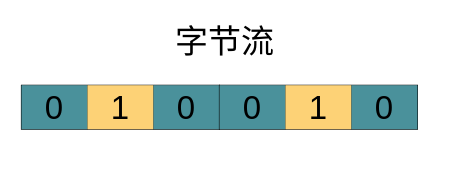
xiaobaiTech/image keeps this draw.io diagram as network/二进制字节流.drawio. Above is the earlier version. Source tidied: cells renumbered, new cells numbered last; positions are measured from the earlier drawing's top-left corner, leaving out a move shared by most shapes. Both pictures are drawn from the tidied source at 110%, with x=0, y=0 at pixel (21, 19).
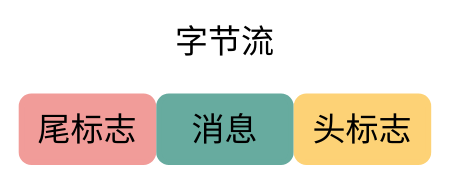
After the change.

Commit message:
消息边界标志头尾.drawio

Change to the diagram source:
```diff
@@
 <mxGraphModel background="#ffffff">
   <root>
     <mxCell id="0" />
     <mxCell id="1" parent="0" />
-    <mxCell id="2" style="shape=table;html=1;whiteSpace=wrap;startSize=0;childLayout=tableLayout;fontSize=30;" parent="1" vertex="1">
-      <mxGeometry y="60" width="180" height="40" as="geometry" />
-    </mxCell>
-    <mxCell id="3" style="shape=partialRectangle;html=1;whiteSpace=wrap;fillColor=none;top=0;left=0;bottom=0;right=0;fontSize=30;" parent="2" vertex="1">
-      <mxGeometry width="180" height="40" as="geometry" />
-    </mxCell>
-    <mxCell id="4" value="0" style="shape=partialRectangle;html=1;whiteSpace=wrap;top=0;left=0;bottom=0;right=0;overflow=hidden;fontSize=30;fillColor=#4A919B;" parent="3" vertex="1">
-      <mxGeometry width="60" height="40" as="geometry" />
-    </mxCell>
-    <mxCell id="5" value="1" style="shape=partialRectangle;html=1;whiteSpace=wrap;top=0;left=0;bottom=0;right=0;overflow=hidden;fontSize=30;fillColor=#FDD276;" parent="3" vertex="1">
-      <mxGeometry x="60" width="60" height="40" as="geometry" />
-    </mxCell>
-    <mxCell id="6" value="0" style="shape=partialRectangle;html=1;whiteSpace=wrap;top=0;left=0;bottom=0;right=0;overflow=hidden;fontSize=30;fillColor=#4A919B;" parent="3" vertex="1">
-      <mxGeometry x="120" width="60" height="40" as="geometry" />
-    </mxCell>
-    <mxCell id="7" style="shape=table;html=1;whiteSpace=wrap;startSize=0;childLayout=tableLayout;fontSize=30;" parent="1" vertex="1">
-      <mxGeometry x="180" y="60" width="180" height="40" as="geometry" />
-    </mxCell>
-    <mxCell id="8" style="shape=partialRectangle;html=1;whiteSpace=wrap;fillColor=none;top=0;left=0;bottom=0;right=0;fontSize=30;" parent="7" vertex="1">
-      <mxGeometry width="180" height="40" as="geometry" />
-    </mxCell>
-    <mxCell id="9" value="0" style="shape=partialRectangle;html=1;whiteSpace=wrap;top=0;left=0;bottom=0;right=0;overflow=hidden;fontSize=30;fillColor=#4A919B;" parent="8" vertex="1">
-      <mxGeometry width="60" height="40" as="geometry" />
-    </mxCell>
-    <mxCell id="10" value="1" style="shape=partialRectangle;html=1;whiteSpace=wrap;top=0;left=0;bottom=0;right=0;overflow=hidden;fontSize=30;fillColor=#FDD276;" parent="8" vertex="1">
-      <mxGeometry x="60" width="60" height="40" as="geometry" />
-    </mxCell>
-    <mxCell id="11" value="0" style="shape=partialRectangle;html=1;whiteSpace=wrap;top=0;left=0;bottom=0;right=0;overflow=hidden;fontSize=30;fillColor=#4A919B;" parent="8" vertex="1">
-      <mxGeometry x="120" width="60" height="40" as="geometry" />
-    </mxCell>
     <mxCell id="12" value="字节流" style="text;html=1;strokeColor=none;fillColor=none;align=center;verticalAlign=middle;whiteSpace=wrap;rounded=0;fontSize=30;" parent="1" vertex="1">
       <mxGeometry x="110" width="150" height="40" as="geometry" />
     </mxCell>
+    <mxCell id="13" value="&lt;font style=&quot;font-size: 30px;&quot;&gt;消息&lt;/font&gt;" style="rounded=1;whiteSpace=wrap;html=1;strokeWidth=5;fontSize=30;strokeColor=#67AB9F;fillColor=#67AB9F;" parent="1" vertex="1">
+      <mxGeometry x="125" y="70" width="120" height="60" as="geometry" />
+    </mxCell>
+    <mxCell id="14" value="&lt;font style=&quot;font-size: 30px&quot;&gt;头标志&lt;/font&gt;" style="rounded=1;whiteSpace=wrap;html=1;strokeWidth=5;fillColor=#FDD276;strokeColor=#FDD276;fontSize=30;" parent="1" vertex="1">
+      <mxGeometry x="250" y="70" width="120" height="60" as="geometry" />
+    </mxCell>
+    <mxCell id="15" value="&lt;font style=&quot;font-size: 30px&quot;&gt;尾标志&lt;/font&gt;" style="rounded=1;whiteSpace=wrap;html=1;strokeWidth=5;fillColor=#F19C99;strokeColor=#F19C99;fontSize=30;" parent="1" vertex="1">
+      <mxGeometry y="70" width="120" height="60" as="geometry" />
+    </mxCell>
   </root>
 </mxGraphModel>
```
